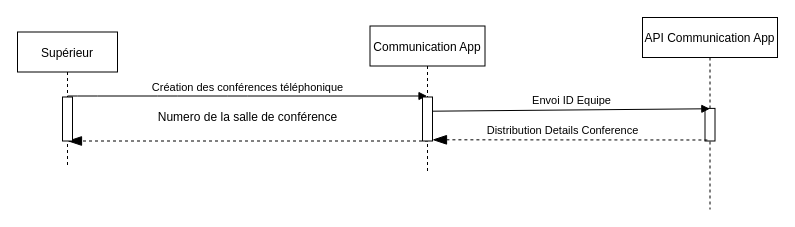
Above: page "Page-5" (5 of 5) of Diagramme sans nom.drawio in LewisYann/App-Asterisk (draw.io), before the change. Source tidied: cells renumbered, new cells numbered last; positions are measured from the earlier drawing's top-left corner, leaving out a move shared by most shapes. Both pictures are drawn from the tidied source at 100%, with x=0, y=0 at pixel (17, 17).
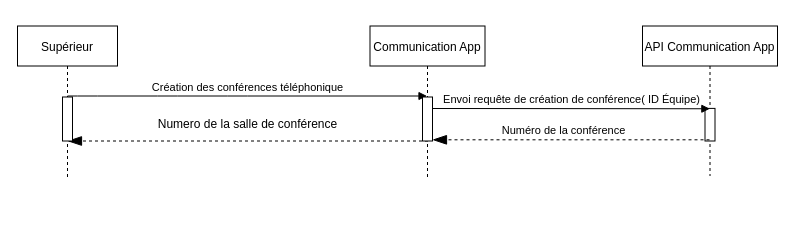
The same page after the edit.

What changed in the source:
```diff
@@
 <mxGraphModel>
   <root>
     <mxCell id="0" />
     <mxCell id="1" parent="0" />
     <mxCell id="2" value="API Communication App" style="shape=umlLifeline;perimeter=lifelinePerimeter;rounded=0;shadow=0;strokeWidth=1;" parent="1" vertex="1">
-      <mxGeometry x="625" width="135" height="192" as="geometry" />
+      <mxGeometry x="625" y="8.5" width="135" height="150" as="geometry" />
     </mxCell>
     <mxCell id="3" value="Supérieur" style="shape=umlLifeline;perimeter=lifelinePerimeter;rounded=0;shadow=0;strokeWidth=1;" parent="1" vertex="1">
-      <mxGeometry y="14.5" width="100" height="135" as="geometry" />
+      <mxGeometry y="8.5" width="100" height="151.5" as="geometry" />
     </mxCell>
     <mxCell id="4" value="Communication App" style="shape=umlLifeline;perimeter=lifelinePerimeter;rounded=0;shadow=0;strokeWidth=1;" parent="1" vertex="1">
-      <mxGeometry x="352.5" y="8.5" width="115" height="145" as="geometry" />
+      <mxGeometry x="352.5" y="8.5" width="115" height="151.5" as="geometry" />
     </mxCell>
     <mxCell id="5" value="Création des conférences téléphonique" style="html=1;verticalAlign=bottom;endArrow=block;strokeColor=#000000;" parent="1" edge="1">
       <mxGeometry relative="1" as="geometry">
         <mxPoint x="50" y="78.5" as="sourcePoint" />
         <mxPoint x="409.5" y="78.5" as="targetPoint" />
         <Array as="points">
           <mxPoint x="70" y="78.5" />
           <mxPoint x="150" y="78.5" />
           <mxPoint x="220" y="78.5" />
         </Array>
       </mxGeometry>
     </mxCell>
     <mxCell id="6" style="endArrow=blockThin;endFill=1;endSize=12;html=1;dashed=1;exitX=0.5;exitY=1;exitDx=0;exitDy=0;exitPerimeter=0;" parent="1" edge="1">
       <mxGeometry relative="1" as="geometry">
         <mxPoint x="410.5" y="123.5" as="sourcePoint" />
         <mxPoint x="50" y="123.5" as="targetPoint" />
       </mxGeometry>
     </mxCell>
     <mxCell id="7" style="perimeter=orthogonalPerimeter;rounded=0;shadow=0;strokeWidth=1;" parent="1" vertex="1">
       <mxGeometry x="45" y="79.5" width="10" height="44" as="geometry" />
     </mxCell>
     <mxCell id="8" value="Numero de la salle de conférence" style="text;html=1;align=center;verticalAlign=middle;strokeColor=none;" parent="1" vertex="1">
-      <mxGeometry x="135" y="89.5" width="190" height="20" as="geometry" />
+      <mxGeometry x="135" y="97.2" width="190" height="20" as="geometry" />
     </mxCell>
     <mxCell id="9" style="perimeter=orthogonalPerimeter;rounded=0;shadow=0;strokeWidth=1;" parent="1" vertex="1">
       <mxGeometry x="405" y="79.5" width="10" height="44" as="geometry" />
     </mxCell>
     <mxCell id="10" style="points=[];perimeter=orthogonalPerimeter;rounded=0;shadow=0;strokeWidth=1;" parent="1" vertex="1">
       <mxGeometry x="687.5" y="90.9" width="10" height="32.6" as="geometry" />
     </mxCell>
-    <mxCell id="11" value="Envoi ID Equipe" style="html=1;verticalAlign=bottom;endArrow=block;strokeColor=#000000;entryX=0.485;entryY=0.011;entryDx=0;entryDy=0;entryPerimeter=0;" parent="1" edge="1" target="10">
+    <mxCell id="11" value="Envoi requête de création de conférence( ID Équipe)" style="html=1;verticalAlign=bottom;endArrow=block;strokeColor=#000000;entryX=0.485;entryY=0.011;entryDx=0;entryDy=0;entryPerimeter=0;" parent="1" edge="1" target="10">
       <mxGeometry relative="1" as="geometry">
-        <mxPoint x="415" y="93.7" as="sourcePoint" />
+        <mxPoint x="415" y="91" as="sourcePoint" />
       </mxGeometry>
     </mxCell>
-    <mxCell id="12" style="endArrow=blockThin;endFill=1;endSize=12;html=1;dashed=1;exitX=0.481;exitY=0.574;exitDx=0;exitDy=0;exitPerimeter=0;" parent="1" edge="1">
+    <mxCell id="12" style="endArrow=blockThin;endFill=1;endSize=12;html=1;dashed=1;" parent="1" edge="1" source="2">
       <mxGeometry relative="1" as="geometry">
-        <mxPoint x="689.9" y="122.5" as="sourcePoint" />
         <mxPoint x="415" y="122.3" as="targetPoint" />
       </mxGeometry>
     </mxCell>
-    <mxCell id="13" value="Distribution Details Conference" style="edgeLabel;html=1;align=center;verticalAlign=middle;" parent="12" vertex="1">
+    <mxCell id="13" value="Numéro de la conférence" style="edgeLabel;html=1;align=center;verticalAlign=middle;" parent="12" vertex="1">
       <mxGeometry x="0.13" y="-3" relative="1" as="geometry">
         <mxPoint x="10" y="-7" as="offset" />
       </mxGeometry>
     </mxCell>
   </root>
 </mxGraphModel>
```
